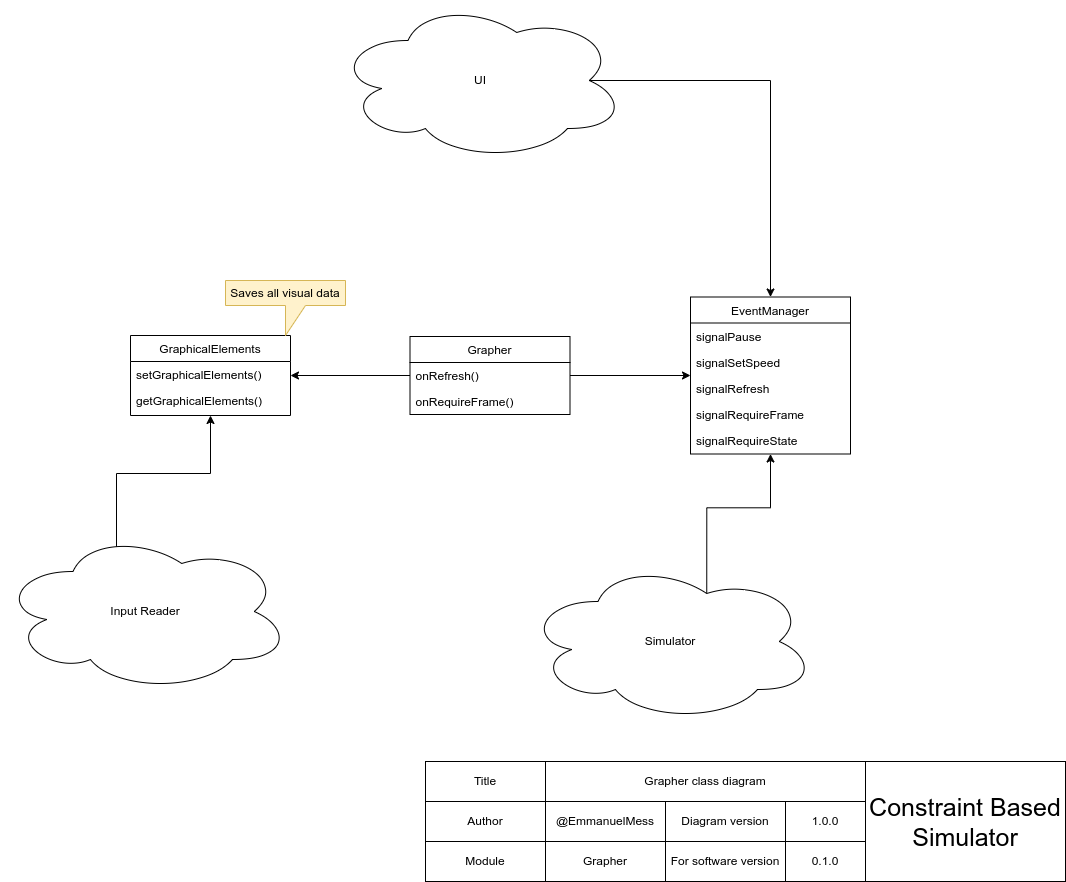
EmmanuelMess/ConstraintBasedSimulator keeps this draw.io diagram as design/diagrams/class/grapher class diagram.png. Above is the earlier version. Source tidied: cells renumbered, new cells last; positions are measured from the earlier drawing's top-left corner, leaving out a move shared by most shapes.
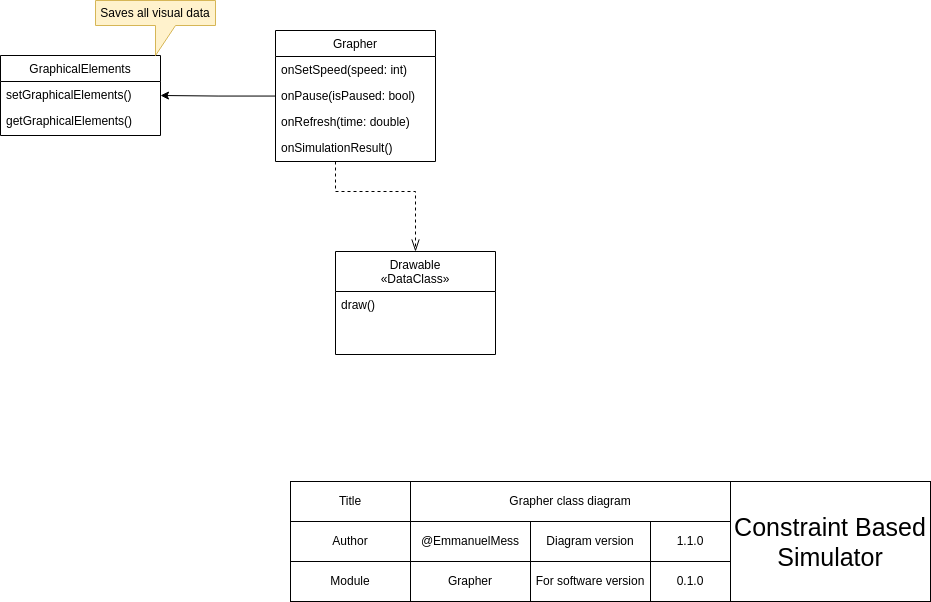
The same diagram one commit later.

Change to the diagram source:
```diff
@@ -2,50 +2,26 @@
   <root>
     <mxCell id="0" />
     <mxCell id="1" parent="0" />
-    <mxCell id="2" style="edgeStyle=orthogonalEdgeStyle;rounded=0;jettySize=auto;html=1;" parent="1" edge="1" source="4" target="7">
-      <mxGeometry relative="1" as="geometry" />
-    </mxCell>
     <mxCell id="3" style="edgeStyle=orthogonalEdgeStyle;rounded=0;jettySize=auto;html=1;" parent="1" edge="1" source="4" target="16">
       <mxGeometry relative="1" as="geometry" />
     </mxCell>
     <mxCell id="4" value="Grapher" style="swimlane;fontStyle=0;align=center;verticalAlign=top;horizontal=1;startSize=26;rounded=0;shadow=0;strokeWidth=1;" parent="1" vertex="1">
-      <mxGeometry x="409.5" y="336" width="160" height="78" as="geometry" />
+      <mxGeometry x="410" y="310" width="160" height="131" as="geometry" />
     </mxCell>
-    <mxCell id="5" value="onRefresh()" style="text;align=left;verticalAlign=top;spacingLeft=4;spacingRight=4;overflow=hidden;" parent="4" vertex="1">
+    <mxCell id="5" value="onSetSpeed(speed: int)" style="text;align=left;verticalAlign=top;spacingLeft=4;spacingRight=4;overflow=hidden;" parent="4" vertex="1">
       <mxGeometry y="26" width="160" height="26" as="geometry" />
     </mxCell>
-    <mxCell id="6" value="onRequireFrame()" style="text;align=left;verticalAlign=top;spacingLeft=4;spacingRight=4;overflow=hidden;" parent="4" vertex="1">
+    <mxCell id="6" value="onPause(isPaused: bool)" style="text;align=left;verticalAlign=top;spacingLeft=4;spacingRight=4;overflow=hidden;" parent="4" vertex="1">
       <mxGeometry y="52" width="160" height="26" as="geometry" />
     </mxCell>
-    <mxCell id="7" value="EventManager" style="swimlane;fontStyle=0;align=center;verticalAlign=top;horizontal=1;startSize=26;rounded=0;shadow=0;strokeWidth=1;" parent="1" vertex="1">
-      <mxGeometry x="690" y="296.5" width="160" height="157" as="geometry" />
-    </mxCell>
-    <mxCell id="8" value="signalPause" style="text;align=left;verticalAlign=top;spacingLeft=4;spacingRight=4;overflow=hidden;" parent="7" vertex="1">
-      <mxGeometry y="26" width="160" height="26" as="geometry" />
-    </mxCell>
-    <mxCell id="9" value="signalSetSpeed" style="text;align=left;verticalAlign=top;spacingLeft=4;spacingRight=4;overflow=hidden;" parent="7" vertex="1">
-      <mxGeometry y="52" width="160" height="26" as="geometry" />
-    </mxCell>
-    <mxCell id="10" value="signalRefresh" style="text;align=left;verticalAlign=top;spacingLeft=4;spacingRight=4;overflow=hidden;" parent="7" vertex="1">
-      <mxGeometry y="78" width="160" height="26" as="geometry" />
-    </mxCell>
-    <mxCell id="11" value="signalRequireFrame" style="text;align=left;verticalAlign=top;spacingLeft=4;spacingRight=4;overflow=hidden;" parent="7" vertex="1">
-      <mxGeometry y="104" width="160" height="26" as="geometry" />
-    </mxCell>
-    <mxCell id="12" value="signalRequireState" style="text;align=left;verticalAlign=top;spacingLeft=4;spacingRight=4;overflow=hidden;" parent="7" vertex="1">
-      <mxGeometry y="130" width="160" height="26" as="geometry" />
-    </mxCell>
-    <mxCell id="13" style="edgeStyle=orthogonalEdgeStyle;rounded=0;jettySize=auto;html=1;exitX=0.875;exitY=0.5;exitDx=0;exitDy=0;exitPerimeter=0;" parent="1" edge="1" source="19" target="7">
-      <mxGeometry relative="1" as="geometry" />
-    </mxCell>
-    <mxCell id="14" style="edgeStyle=orthogonalEdgeStyle;rounded=0;jettySize=auto;html=1;exitX=0.625;exitY=0.2;exitDx=0;exitDy=0;exitPerimeter=0;" parent="1" edge="1" source="15" target="7">
-      <mxGeometry relative="1" as="geometry" />
-    </mxCell>
-    <mxCell id="15" value="Simulator" style="ellipse;shape=cloud;whiteSpace=wrap;html=1;" parent="1" vertex="1">
-      <mxGeometry x="525" y="561" width="290" height="160" as="geometry" />
-    </mxCell>
+    <mxCell id="34" value="onRefresh(time: double)" style="text;align=left;verticalAlign=top;spacingLeft=4;spacingRight=4;overflow=hidden;" parent="4" vertex="1">
+      <mxGeometry y="78" width="160" height="26" as="geometry" />
+    </mxCell>
+    <mxCell id="35" value="onSimulationResult()" style="text;align=left;verticalAlign=top;spacingLeft=4;spacingRight=4;overflow=hidden;" parent="4" vertex="1">
+      <mxGeometry y="104" width="160" height="26" as="geometry" />
+    </mxCell>
     <mxCell id="16" value="GraphicalElements" style="swimlane;fontStyle=0;align=center;verticalAlign=top;horizontal=1;startSize=26;rounded=0;shadow=0;strokeWidth=1;" parent="1" vertex="1">
-      <mxGeometry x="130" y="335" width="160" height="80" as="geometry" />
+      <mxGeometry x="135" y="335" width="160" height="80" as="geometry" />
     </mxCell>
     <mxCell id="17" value="setGraphicalElements()" style="text;align=left;verticalAlign=top;spacingLeft=4;spacingRight=4;overflow=hidden;" parent="16" vertex="1">
       <mxGeometry y="26" width="160" height="26" as="geometry" />
@@ -53,17 +29,8 @@
     <mxCell id="18" value="getGraphicalElements()" style="text;align=left;verticalAlign=top;spacingLeft=4;spacingRight=4;overflow=hidden;" parent="16" vertex="1">
       <mxGeometry y="52" width="160" height="26" as="geometry" />
     </mxCell>
-    <mxCell id="19" value="UI" style="ellipse;shape=cloud;whiteSpace=wrap;html=1;" parent="1" vertex="1">
-      <mxGeometry x="335" width="290" height="160" as="geometry" />
-    </mxCell>
-    <mxCell id="20" style="edgeStyle=orthogonalEdgeStyle;rounded=0;jettySize=auto;html=1;exitX=0.4;exitY=0.1;exitDx=0;exitDy=0;exitPerimeter=0;" parent="1" edge="1" source="21" target="16">
-      <mxGeometry relative="1" as="geometry" />
-    </mxCell>
-    <mxCell id="21" value="Input Reader" style="ellipse;shape=cloud;whiteSpace=wrap;html=1;" parent="1" vertex="1">
-      <mxGeometry y="531" width="290" height="160" as="geometry" />
-    </mxCell>
     <mxCell id="22" value="Saves all visual data" style="shape=callout;whiteSpace=wrap;html=1;perimeter=calloutPerimeter;fillColor=#fff2cc;strokeColor=#d6b656;" parent="1" vertex="1">
-      <mxGeometry x="225" y="280" width="120" height="55" as="geometry" />
+      <mxGeometry x="230" y="280" width="120" height="55" as="geometry" />
     </mxCell>
     <mxCell id="23" value="Title" style="rounded=0;whiteSpace=wrap;html=1;" parent="1" vertex="1">
       <mxGeometry x="425" y="761" width="120" height="40" as="geometry" />
@@ -89,7 +56,7 @@
     <mxCell id="30" value="&lt;font style=&quot;font-size: 25px;&quot;&gt;Constraint Based Simulator&lt;/font&gt;" style="rounded=0;whiteSpace=wrap;html=1;" parent="1" vertex="1">
       <mxGeometry x="865" y="761" width="200" height="120" as="geometry" />
     </mxCell>
-    <mxCell id="31" value="1.0.0" style="rounded=0;whiteSpace=wrap;html=1;" parent="1" vertex="1">
+    <mxCell id="31" value="1.1.0" style="rounded=0;whiteSpace=wrap;html=1;" parent="1" vertex="1">
       <mxGeometry x="785" y="801" width="80" height="40" as="geometry" />
     </mxCell>
     <mxCell id="32" value="For software version" style="rounded=0;whiteSpace=wrap;html=1;" parent="1" vertex="1">
@@ -98,5 +65,22 @@
     <mxCell id="33" value="0.1.0" style="rounded=0;whiteSpace=wrap;html=1;" parent="1" vertex="1">
       <mxGeometry x="785" y="841" width="80" height="40" as="geometry" />
     </mxCell>
+    <mxCell id="36" value="Drawable&#10;«DataClass»" style="swimlane;fontStyle=0;align=center;verticalAlign=top;horizontal=1;startSize=40;rounded=0;shadow=0;strokeWidth=1;" parent="1" vertex="1">
+      <mxGeometry x="470" y="531" width="160" height="103" as="geometry" />
+    </mxCell>
+    <mxCell id="37" value="draw()" style="text;align=left;verticalAlign=top;spacingLeft=4;spacingRight=4;overflow=hidden;" parent="36" vertex="1">
+      <mxGeometry y="40" width="160" height="26" as="geometry" />
+    </mxCell>
+    <mxCell id="38" style="edgeStyle=elbowEdgeStyle;rounded=0;jettySize=auto;elbow=vertical;html=1;dashed=1;endArrow=openThin;endFill=0;endSize=10;entryX=0.5;entryY=0;entryDx=0;entryDy=0;" parent="1" edge="1" source="4" target="36">
+      <mxGeometry relative="1" as="geometry">
+        <Array as="points">
+          <mxPoint x="470" y="471" />
+          <mxPoint x="600" y="371" />
+          <mxPoint x="540" y="371" />
+          <mxPoint x="600" y="261" />
+          <mxPoint x="650" y="371" />
+        </Array>
+      </mxGeometry>
+    </mxCell>
   </root>
 </mxGraphModel>
```
